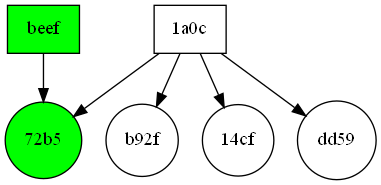
Before: doctest-output/visitor.gv.png, a diagram exported from Graphviz (ziyadalrasbi/F20SC-CW2). Its source is kept beside it as doctest-output/visitor.gv.
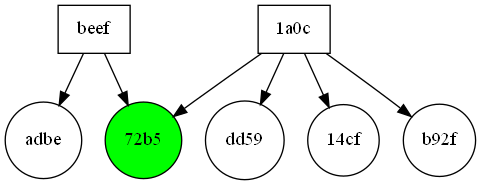
Later version of the same file.

Diff of the diagram source:
```diff
@@ -1,13 +1,14 @@
 digraph visitor {
 	graph [rank=min]
 	node [shape=rectangle]
-	"00000000deadbeef" [label=beef fillcolor=green shape=rectangle style=filled]
+	"00000000deadbeef" [label=beef fillcolor=white shape=rectangle style=filled]
+	"00000000deadbeef" -> "aaaaaaaaaaaa-00000000df1ad06a86c40000000feadbe"
 	"00000000deadbeef" -> "100806162735-00000000115598650cb8b514246272b5"
 	"4108dc09bfe11a0c" [label="1a0c" fillcolor=white shape=rectangle style=filled]
+	"4108dc09bfe11a0c" -> "100405170355-00000000ee4bfd24d2ff703b9147dd59"
+	"4108dc09bfe11a0c" -> "101122221951-00000000a695c340822e61891c8f14cf"
 	"4108dc09bfe11a0c" -> "100806172045-0000000081705fbea3553bd0d745b92f"
 	"4108dc09bfe11a0c" -> "100806162735-00000000115598650cb8b514246272b5"
-	"4108dc09bfe11a0c" -> "101122221951-00000000a695c340822e61891c8f14cf"
-	"4108dc09bfe11a0c" -> "100405170355-00000000ee4bfd24d2ff703b9147dd59"
 	subgraph document {
 		graph [rank=max]
 		node [shape=circle]
@@ -16,5 +17,6 @@
 		"100806162735-00000000115598650cb8b514246272b5" [label="72b5" fillcolor=green shape=circle style=filled]
 		"100806172045-0000000081705fbea3553bd0d745b92f" [label=b92f fillcolor=white shape=circle]
 		"101122221951-00000000a695c340822e61891c8f14cf" [label="14cf" fillcolor=white shape=circle]
+		"aaaaaaaaaaaa-00000000df1ad06a86c40000000feadbe" [label=adbe fillcolor=white shape=circle]
 	}
 }
```
